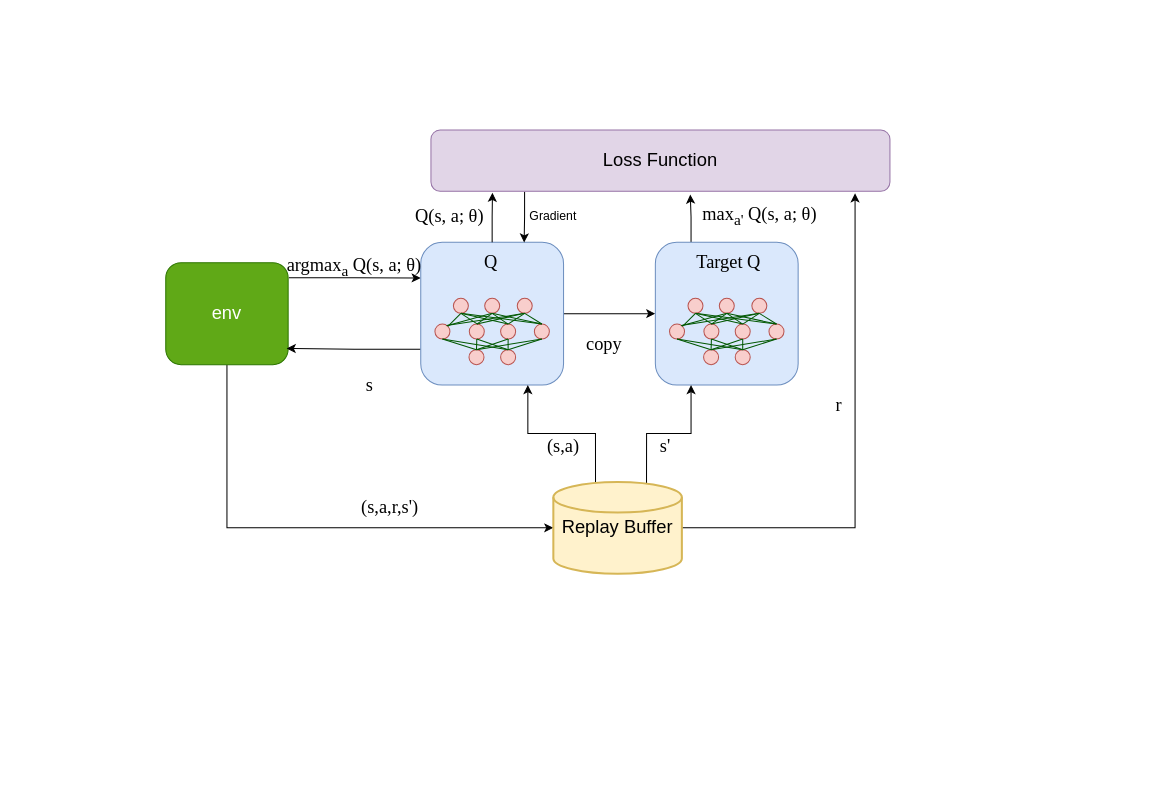
Above: ddqn.drawio in lishuai-0/picture_source_file_draw_io (draw.io), before the change. Source tidied: cells renumbered, new cells numbered last; positions are measured from the earlier drawing's top-left corner, leaving out a move shared by most shapes. Both pictures are drawn from the tidied source at 102%, with x=0, y=0 at pixel (165, 130).
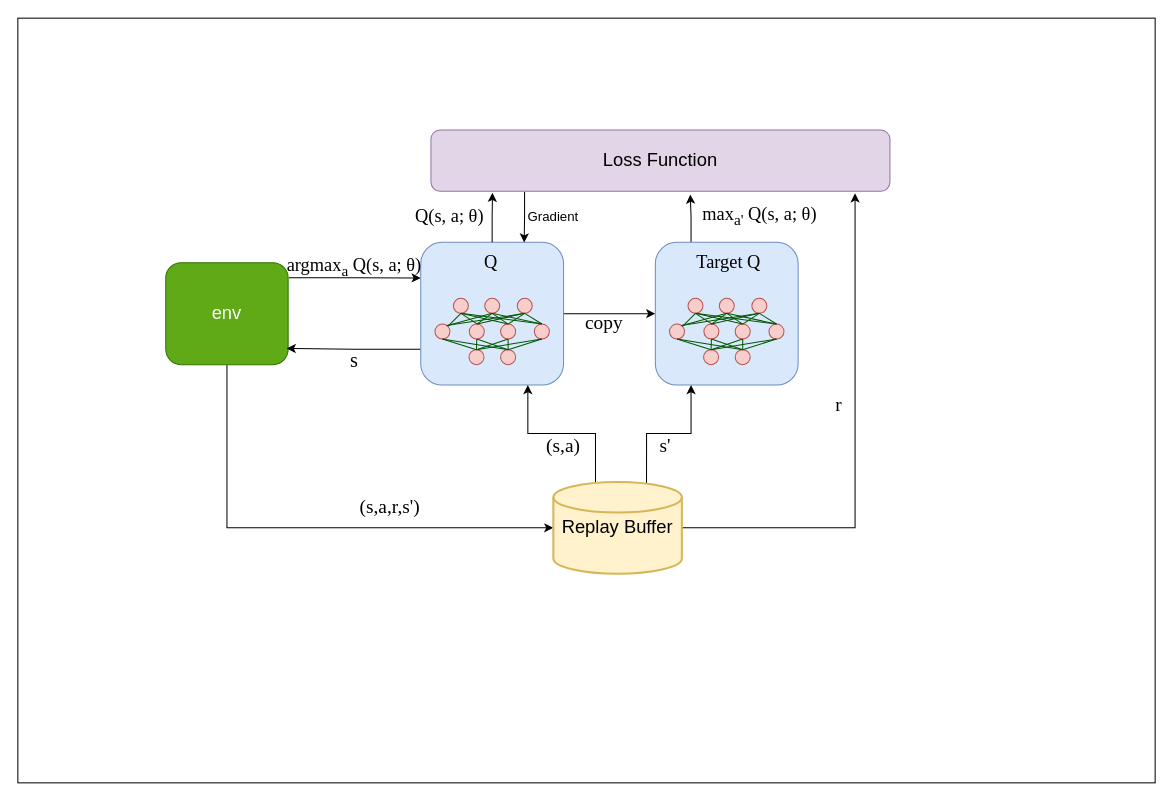
The same page after the edit.

The edit, as a diff of the source:
```diff
@@
+    <mxCell id="87" style="rounded=0;whiteSpace=wrap;html=1;" parent="1" vertex="1">
+      <mxGeometry x="-145" y="-109.7" width="1115" height="749.7" as="geometry" />
+    </mxCell>
@@
-    <mxCell id="13" value="&lt;font style=&quot;font-size: 18px;&quot; face=&quot;Times New Roman&quot;&gt;s&lt;/font&gt;" style="text;html=1;strokeColor=none;fillColor=none;align=center;verticalAlign=middle;whiteSpace=wrap;rounded=0;" parent="1" vertex="1">
-      <mxGeometry x="160" y="240" width="80" height="20" as="geometry" />
+    <mxCell id="13" value="&lt;font style=&quot;font-size: 20px;&quot; face=&quot;Times New Roman&quot;&gt;s&lt;/font&gt;" style="text;html=1;strokeColor=none;fillColor=none;align=center;verticalAlign=middle;whiteSpace=wrap;rounded=0;" parent="1" vertex="1">
+      <mxGeometry x="145" y="215.3" width="80" height="20" as="geometry" />
     </mxCell>
-    <mxCell id="14" value="&lt;font face=&quot;Times New Roman&quot;&gt;&lt;span style=&quot;font-size: 18px;&quot;&gt;copy&lt;/span&gt;&lt;/font&gt;" style="text;html=1;strokeColor=none;fillColor=none;align=center;verticalAlign=middle;whiteSpace=wrap;rounded=0;" parent="1" vertex="1">
-      <mxGeometry x="390" y="200" width="80" height="20" as="geometry" />
+    <mxCell id="14" value="&lt;font style=&quot;font-size: 19px;&quot; face=&quot;Times New Roman&quot;&gt;copy&lt;/font&gt;" style="text;html=1;strokeColor=none;fillColor=none;align=center;verticalAlign=middle;whiteSpace=wrap;rounded=0;" parent="1" vertex="1">
+      <mxGeometry x="390" y="179.7" width="80" height="20" as="geometry" />
     </mxCell>
@@
-    <mxCell id="19" value="&lt;font style=&quot;font-size: 18px;&quot; face=&quot;Times New Roman&quot;&gt;s'&lt;/font&gt;" style="text;html=1;strokeColor=none;fillColor=none;align=center;verticalAlign=middle;whiteSpace=wrap;rounded=0;" parent="1" vertex="1">
+    <mxCell id="19" value="&lt;font style=&quot;font-size: 19px;&quot; face=&quot;Times New Roman&quot;&gt;s'&lt;/font&gt;" style="text;html=1;strokeColor=none;fillColor=none;align=center;verticalAlign=middle;whiteSpace=wrap;rounded=0;" parent="1" vertex="1">
       <mxGeometry x="450" y="300" width="80" height="20" as="geometry" />
     </mxCell>
-    <mxCell id="20" value="&lt;font style=&quot;font-size: 18px;&quot; face=&quot;Times New Roman&quot;&gt;(s,a)&lt;/font&gt;" style="text;html=1;strokeColor=none;fillColor=none;align=center;verticalAlign=middle;whiteSpace=wrap;rounded=0;" parent="1" vertex="1">
+    <mxCell id="20" value="&lt;font style=&quot;font-size: 19px;&quot; face=&quot;Times New Roman&quot;&gt;(s,a)&lt;/font&gt;" style="text;html=1;strokeColor=none;fillColor=none;align=center;verticalAlign=middle;whiteSpace=wrap;rounded=0;" parent="1" vertex="1">
       <mxGeometry x="350" y="300" width="80" height="20" as="geometry" />
     </mxCell>
-    <mxCell id="21" value="&lt;font style=&quot;font-size: 18px;&quot; face=&quot;Times New Roman&quot;&gt;(s,a,r,s')&lt;/font&gt;" style="text;html=1;strokeColor=none;fillColor=none;align=center;verticalAlign=middle;whiteSpace=wrap;rounded=0;" parent="1" vertex="1">
+    <mxCell id="21" value="&lt;font style=&quot;font-size: 19px;&quot; face=&quot;Times New Roman&quot;&gt;(s,a,r,s')&lt;/font&gt;" style="text;html=1;strokeColor=none;fillColor=none;align=center;verticalAlign=middle;whiteSpace=wrap;rounded=0;" parent="1" vertex="1">
       <mxGeometry x="180" y="360" width="80" height="20" as="geometry" />
     </mxCell>
-    <mxCell id="22" value="&lt;font style=&quot;font-size: 18px;&quot; face=&quot;Times New Roman&quot;&gt;r&lt;/font&gt;" style="text;html=1;strokeColor=none;fillColor=none;align=center;verticalAlign=middle;whiteSpace=wrap;rounded=0;" parent="1" vertex="1">
+    <mxCell id="22" value="&lt;font style=&quot;font-size: 19px;&quot; face=&quot;Times New Roman&quot;&gt;r&lt;/font&gt;" style="text;html=1;strokeColor=none;fillColor=none;align=center;verticalAlign=middle;whiteSpace=wrap;rounded=0;" parent="1" vertex="1">
       <mxGeometry x="620" y="260" width="80" height="20" as="geometry" />
     </mxCell>
@@
-    <mxCell id="86" value="Gradient" style="text;html=1;strokeColor=none;fillColor=none;align=center;verticalAlign=middle;whiteSpace=wrap;rounded=0;" parent="1" vertex="1">
+    <mxCell id="86" value="&lt;font style=&quot;font-size: 13px;&quot;&gt;Gradient&lt;/font&gt;" style="text;html=1;strokeColor=none;fillColor=none;align=center;verticalAlign=middle;whiteSpace=wrap;rounded=0;" parent="1" vertex="1">
       <mxGeometry x="350" y="75" width="60" height="20" as="geometry" />
     </mxCell>
```
